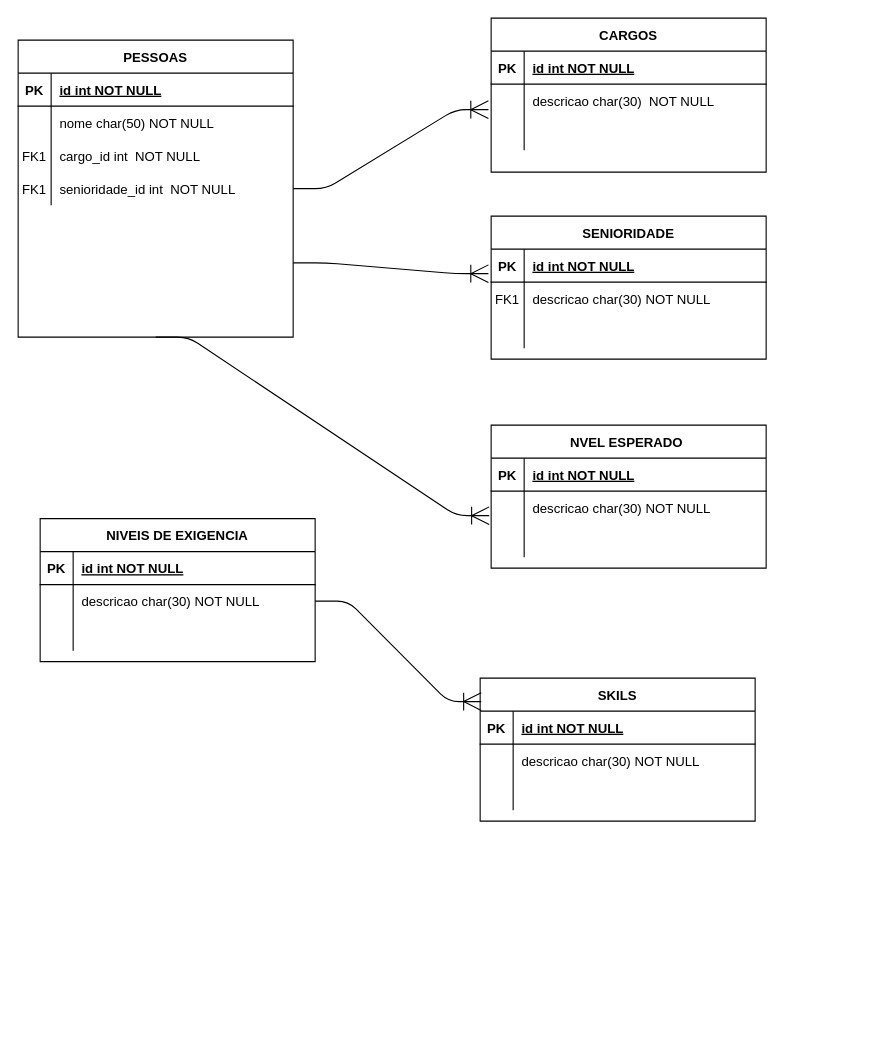
This is Diagrama sem título.drawio from nat-1501/projeto-site, a draw.io file, before an edit. Source tidied: cells renumbered, new cells numbered last; positions are measured from the earlier drawing's top-left corner, leaving out a move shared by most shapes. Both pictures are drawn from the tidied source at 110%, with x=0, y=0 at pixel (18, 18).
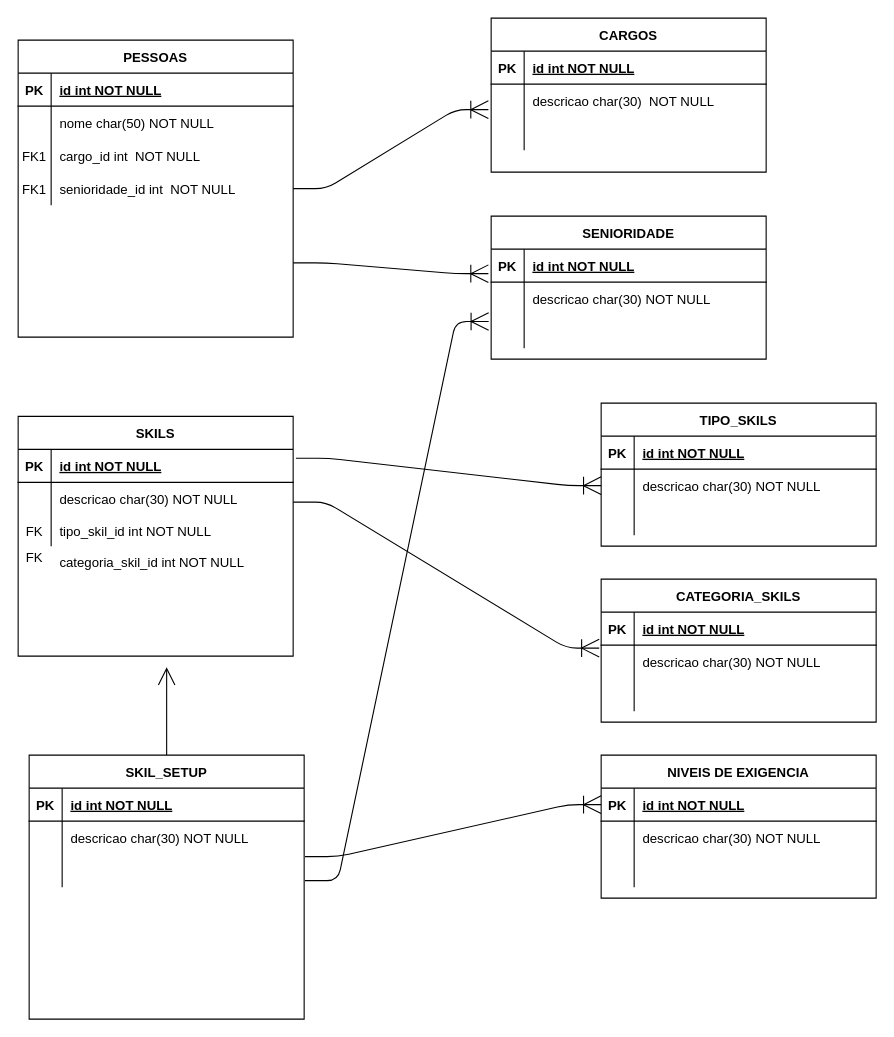
The same diagram, later.

Unchanged cells that the change refers to:
```xml
<mxCell id="16" style="shape=partialRectangle;fillColor=none;top=0;left=0;right=0;bottom=0;" parent="12" vertex="1">
  <mxGeometry y="60" width="250" height="30" as="geometry" />
</mxCell>
<mxCell id="19" style="shape=partialRectangle;fillColor=none;points=[[0,0.5],[1,0.5]];portConstraint=eastwest;top=0;left=0;right=0;bottom=0;" parent="12" vertex="1">
  <mxGeometry y="90" width="250" height="30" as="geometry" />
</mxCell>
<mxCell id="22" value="PESSOAS" style="shape=table;startSize=30;childLayout=tableLayout;rowLines=0;fontStyle=1;align=center;" parent="1" vertex="1">
  <mxGeometry y="20" width="250" height="270" as="geometry" />
</mxCell>
<mxCell id="39" style="shape=partialRectangle;fillColor=none;points=[[0,0.5],[1,0.5]];portConstraint=eastwest;top=0;left=0;right=0;bottom=0;" parent="35" vertex="1">
  <mxGeometry y="60" width="250" height="30" as="geometry" />
</mxCell>
<mxCell id="46" style="shape=partialRectangle;fillColor=none;points=[[0,0.5],[1,0.5]];portConstraint=eastwest;top=0;left=0;right=0;bottom=1;" parent="45" vertex="1">
  <mxGeometry y="30" width="250" height="30" as="geometry" />
</mxCell>
<mxCell id="49" style="shape=partialRectangle;fillColor=none;points=[[0,0.5],[1,0.5]];portConstraint=eastwest;top=0;left=0;right=0;bottom=0;" parent="45" vertex="1">
  <mxGeometry y="60" width="250" height="30" as="geometry" />
</mxCell>
```

Change to the diagram source:
```diff
@@
-    <mxCell id="17" value="FK1" style="shape=partialRectangle;overflow=hidden;fillColor=none;top=0;left=0;bottom=0;right=0;" parent="16" vertex="1">
+    <mxCell id="17" style="shape=partialRectangle;overflow=hidden;fillColor=none;top=0;left=0;bottom=0;right=0;" parent="16" vertex="1">
       <mxGeometry width="30" height="30" as="geometry" />
     </mxCell>
@@
-    <mxCell id="35" value="SKILS" style="shape=table;startSize=30;childLayout=tableLayout;rowLines=0;fontStyle=1;align=center;" parent="1" vertex="1">
-      <mxGeometry x="420" y="600" width="250" height="130" as="geometry" />
+    <mxCell id="35" value="TIPO_SKILS" style="shape=table;startSize=30;childLayout=tableLayout;rowLines=0;fontStyle=1;align=center;" parent="1" vertex="1">
+      <mxGeometry x="530" y="350" width="250" height="130" as="geometry" />
     </mxCell>
@@
     <mxCell id="45" value="NIVEIS DE EXIGENCIA" style="shape=table;startSize=30;childLayout=tableLayout;rowLines=0;fontStyle=1;align=center;" parent="1" vertex="1">
-      <mxGeometry x="20" y="455" width="250" height="130" as="geometry" />
+      <mxGeometry x="530" y="670" width="250" height="130" as="geometry" />
     </mxCell>
@@
-    <mxCell id="55" value="NVEL ESPERADO " style="shape=table;startSize=30;childLayout=tableLayout;rowLines=0;fontStyle=1;align=center;" parent="1" vertex="1">
-      <mxGeometry x="430" y="370" width="250" height="130" as="geometry" />
-    </mxCell>
-    <mxCell id="56" style="shape=partialRectangle;fillColor=none;top=0;left=0;right=0;bottom=1;" parent="55" vertex="1">
-      <mxGeometry y="30" width="250" height="30" as="geometry" />
-    </mxCell>
-    <mxCell id="57" value="PK" style="shape=partialRectangle;overflow=hidden;fillColor=none;top=0;left=0;bottom=0;right=0;fontStyle=1;" parent="56" vertex="1">
-      <mxGeometry width="30" height="30" as="geometry" />
-    </mxCell>
-    <mxCell id="58" value="id int NOT NULL " style="shape=partialRectangle;overflow=hidden;fillColor=none;top=0;left=0;bottom=0;right=0;align=left;spacingLeft=6;fontStyle=5;" parent="56" vertex="1">
-      <mxGeometry x="30" width="220" height="30" as="geometry" />
-    </mxCell>
-    <mxCell id="59" style="shape=partialRectangle;fillColor=none;points=[[0,0.5],[1,0.5]];portConstraint=eastwest;top=0;left=0;right=0;bottom=0;" parent="55" vertex="1">
-      <mxGeometry y="60" width="250" height="30" as="geometry" />
-    </mxCell>
-    <mxCell id="60" style="shape=partialRectangle;overflow=hidden;fillColor=none;top=0;left=0;bottom=0;right=0;" parent="59" vertex="1">
-      <mxGeometry width="30" height="30" as="geometry" />
-    </mxCell>
-    <mxCell id="61" value="descricao char(30) NOT NULL" style="shape=partialRectangle;overflow=hidden;fillColor=none;top=0;left=0;bottom=0;right=0;align=left;spacingLeft=6;" parent="59" vertex="1">
-      <mxGeometry x="30" width="220" height="30" as="geometry" />
-    </mxCell>
-    <mxCell id="62" style="shape=partialRectangle;fillColor=none;top=0;left=0;right=0;bottom=0;" parent="55" vertex="1">
-      <mxGeometry y="90" width="250" height="30" as="geometry" />
-    </mxCell>
-    <mxCell id="63" style="shape=partialRectangle;overflow=hidden;fillColor=none;top=0;left=0;bottom=0;right=0;" parent="62" vertex="1">
-      <mxGeometry width="30" height="30" as="geometry" />
-    </mxCell>
-    <mxCell id="64" style="shape=partialRectangle;overflow=hidden;fillColor=none;top=0;left=0;bottom=0;right=0;align=left;spacingLeft=6;" parent="62" vertex="1">
-      <mxGeometry x="30" width="220" height="30" as="geometry" />
-    </mxCell>
@@
-    <mxCell id="67" style="edgeStyle=entityRelationEdgeStyle;fontSize=12;html=1;endArrow=ERoneToMany;startSize=14;endSize=14;sourcePerimeterSpacing=8;targetPerimeterSpacing=8;exitX=0.5;exitY=1;exitDx=0;exitDy=0;entryX=-0.007;entryY=0.743;entryDx=0;entryDy=0;entryPerimeter=0;" parent="1" edge="1" source="22" target="59">
-      <mxGeometry relative="1" as="geometry" />
-    </mxCell>
-    <mxCell id="68" style="edgeStyle=entityRelationEdgeStyle;fontSize=12;html=1;endArrow=ERoneToMany;startSize=14;endSize=14;sourcePerimeterSpacing=8;targetPerimeterSpacing=8;exitX=1;exitY=0.5;exitDx=0;exitDy=0;entryX=0.004;entryY=0.164;entryDx=0;entryDy=0;entryPerimeter=0;" parent="1" edge="1" source="49" target="35">
-      <mxGeometry relative="1" as="geometry" />
-    </mxCell>
+    <mxCell id="69" value="SKILS" style="shape=table;startSize=30;childLayout=tableLayout;rowLines=0;fontStyle=1;align=center;" parent="1" vertex="1">
+      <mxGeometry y="362" width="250" height="218" as="geometry" />
+    </mxCell>
+    <mxCell id="70" style="shape=partialRectangle;fillColor=none;top=0;left=0;right=0;bottom=1;" parent="69" vertex="1">
+      <mxGeometry y="30" width="250" height="30" as="geometry" />
+    </mxCell>
+    <mxCell id="71" value="PK" style="shape=partialRectangle;overflow=hidden;fillColor=none;top=0;left=0;bottom=0;right=0;fontStyle=1;" parent="70" vertex="1">
+      <mxGeometry width="30" height="30" as="geometry" />
+    </mxCell>
+    <mxCell id="72" value="id int NOT NULL " style="shape=partialRectangle;overflow=hidden;fillColor=none;top=0;left=0;bottom=0;right=0;align=left;spacingLeft=6;fontStyle=5;" parent="70" vertex="1">
+      <mxGeometry x="30" width="220" height="30" as="geometry" />
+    </mxCell>
+    <mxCell id="73" style="shape=partialRectangle;fillColor=none;top=0;left=0;right=0;bottom=0;" parent="69" vertex="1">
+      <mxGeometry y="60" width="250" height="30" as="geometry" />
+    </mxCell>
+    <mxCell id="74" style="shape=partialRectangle;overflow=hidden;fillColor=none;top=0;left=0;bottom=0;right=0;" parent="73" vertex="1">
+      <mxGeometry width="30" height="30" as="geometry" />
+    </mxCell>
+    <mxCell id="75" value="descricao char(30) NOT NULL" style="shape=partialRectangle;overflow=hidden;fillColor=none;top=0;left=0;bottom=0;right=0;align=left;spacingLeft=6;" parent="73" vertex="1">
+      <mxGeometry x="30" width="220" height="30" as="geometry" />
+    </mxCell>
+    <mxCell id="76" style="shape=partialRectangle;fillColor=none;top=0;left=0;right=0;bottom=0;" parent="69" vertex="1">
+      <mxGeometry y="90" width="250" height="28" as="geometry" />
+    </mxCell>
+    <mxCell id="77" value="FK" style="shape=partialRectangle;overflow=hidden;fillColor=none;top=0;left=0;bottom=0;right=0;" parent="76" vertex="1">
+      <mxGeometry width="30" height="28" as="geometry" />
+    </mxCell>
+    <mxCell id="78" value="tipo_skil_id int NOT NULL" style="shape=partialRectangle;overflow=hidden;fillColor=none;top=0;left=0;bottom=0;right=0;align=left;spacingLeft=6;" parent="76" vertex="1">
+      <mxGeometry x="30" width="220" height="28" as="geometry" />
+    </mxCell>
+    <mxCell id="79" value="CATEGORIA_SKILS" style="shape=table;startSize=30;childLayout=tableLayout;rowLines=0;fontStyle=1;align=center;" parent="1" vertex="1">
+      <mxGeometry x="530" y="510" width="250" height="130" as="geometry" />
+    </mxCell>
+    <mxCell id="80" style="shape=partialRectangle;fillColor=none;top=0;left=0;right=0;bottom=1;" parent="79" vertex="1">
+      <mxGeometry y="30" width="250" height="30" as="geometry" />
+    </mxCell>
+    <mxCell id="81" value="PK" style="shape=partialRectangle;overflow=hidden;fillColor=none;top=0;left=0;bottom=0;right=0;fontStyle=1;" parent="80" vertex="1">
+      <mxGeometry width="30" height="30" as="geometry" />
+    </mxCell>
+    <mxCell id="82" value="id int NOT NULL " style="shape=partialRectangle;overflow=hidden;fillColor=none;top=0;left=0;bottom=0;right=0;align=left;spacingLeft=6;fontStyle=5;" parent="80" vertex="1">
+      <mxGeometry x="30" width="220" height="30" as="geometry" />
+    </mxCell>
+    <mxCell id="83" style="shape=partialRectangle;fillColor=none;points=[[0,0.5],[1,0.5]];portConstraint=eastwest;top=0;left=0;right=0;bottom=0;" parent="79" vertex="1">
+      <mxGeometry y="60" width="250" height="30" as="geometry" />
+    </mxCell>
+    <mxCell id="84" style="shape=partialRectangle;overflow=hidden;fillColor=none;top=0;left=0;bottom=0;right=0;" parent="83" vertex="1">
+      <mxGeometry width="30" height="30" as="geometry" />
+    </mxCell>
+    <mxCell id="85" value="descricao char(30) NOT NULL" style="shape=partialRectangle;overflow=hidden;fillColor=none;top=0;left=0;bottom=0;right=0;align=left;spacingLeft=6;" parent="83" vertex="1">
+      <mxGeometry x="30" width="220" height="30" as="geometry" />
+    </mxCell>
+    <mxCell id="86" style="shape=partialRectangle;fillColor=none;top=0;left=0;right=0;bottom=0;" parent="79" vertex="1">
+      <mxGeometry y="90" width="250" height="30" as="geometry" />
+    </mxCell>
+    <mxCell id="87" style="shape=partialRectangle;overflow=hidden;fillColor=none;top=0;left=0;bottom=0;right=0;" parent="86" vertex="1">
+      <mxGeometry width="30" height="30" as="geometry" />
+    </mxCell>
+    <mxCell id="88" style="shape=partialRectangle;overflow=hidden;fillColor=none;top=0;left=0;bottom=0;right=0;align=left;spacingLeft=6;" parent="86" vertex="1">
+      <mxGeometry x="30" width="220" height="30" as="geometry" />
+    </mxCell>
+    <mxCell id="89" style="edgeStyle=entityRelationEdgeStyle;fontSize=12;html=1;endArrow=ERoneToMany;startSize=14;endSize=14;sourcePerimeterSpacing=8;targetPerimeterSpacing=8;entryX=0;entryY=0.5;entryDx=0;entryDy=0;exitX=1;exitY=0.75;exitDx=0;exitDy=0;" parent="1" edge="1" target="39">
+      <mxGeometry relative="1" as="geometry">
+        <mxPoint x="252.5" y="400.1" as="sourcePoint" />
+      </mxGeometry>
+    </mxCell>
+    <mxCell id="90" style="edgeStyle=entityRelationEdgeStyle;fontSize=12;html=1;endArrow=ERoneToMany;startSize=14;endSize=14;sourcePerimeterSpacing=8;targetPerimeterSpacing=8;entryX=-0.007;entryY=0.09;entryDx=0;entryDy=0;entryPerimeter=0;exitX=1;exitY=0.75;exitDx=0;exitDy=0;" parent="1" edge="1" target="83">
+      <mxGeometry relative="1" as="geometry">
+        <mxPoint x="250" y="440" as="sourcePoint" />
+      </mxGeometry>
+    </mxCell>
+    <mxCell id="91" value="FK" style="shape=partialRectangle;overflow=hidden;fillColor=none;top=0;left=0;bottom=0;right=0;" parent="1" vertex="1">
+      <mxGeometry y="480" width="30" height="20" as="geometry" />
+    </mxCell>
+    <mxCell id="92" value="categoria_skil_id int NOT NULL" style="shape=partialRectangle;overflow=hidden;fillColor=none;top=0;left=0;bottom=0;right=0;align=left;spacingLeft=6;" parent="1" vertex="1">
+      <mxGeometry x="30" y="480" width="220" height="28" as="geometry" />
+    </mxCell>
+    <mxCell id="93" style="edgeStyle=none;curved=1;rounded=0;jettySize=auto;html=1;exitX=0.5;exitY=0;exitDx=0;exitDy=0;endArrow=open;startSize=14;endSize=14;sourcePerimeterSpacing=8;targetPerimeterSpacing=8;" parent="1" edge="1" source="94">
+      <mxGeometry relative="1" as="geometry">
+        <mxPoint x="135" y="590" as="targetPoint" />
+      </mxGeometry>
+    </mxCell>
+    <mxCell id="94" value="SKIL_SETUP" style="shape=table;startSize=30;childLayout=tableLayout;rowLines=0;fontStyle=1;align=center;" parent="1" vertex="1">
+      <mxGeometry x="10" y="670" width="250" height="240" as="geometry" />
+    </mxCell>
+    <mxCell id="95" style="shape=partialRectangle;fillColor=none;top=0;left=0;right=0;bottom=1;" parent="94" vertex="1">
+      <mxGeometry y="30" width="250" height="30" as="geometry" />
+    </mxCell>
+    <mxCell id="96" value="PK" style="shape=partialRectangle;overflow=hidden;fillColor=none;top=0;left=0;bottom=0;right=0;fontStyle=1;" parent="95" vertex="1">
+      <mxGeometry width="30" height="30" as="geometry" />
+    </mxCell>
+    <mxCell id="97" value="id int NOT NULL " style="shape=partialRectangle;overflow=hidden;fillColor=none;top=0;left=0;bottom=0;right=0;align=left;spacingLeft=6;fontStyle=5;" parent="95" vertex="1">
+      <mxGeometry x="30" width="220" height="30" as="geometry" />
+    </mxCell>
+    <mxCell id="98" style="shape=partialRectangle;fillColor=none;points=[[0,0.5],[1,0.5]];portConstraint=eastwest;top=0;left=0;right=0;bottom=0;" parent="94" vertex="1">
+      <mxGeometry y="60" width="250" height="30" as="geometry" />
+    </mxCell>
+    <mxCell id="99" style="shape=partialRectangle;overflow=hidden;fillColor=none;top=0;left=0;bottom=0;right=0;" parent="98" vertex="1">
+      <mxGeometry width="30" height="30" as="geometry" />
+    </mxCell>
+    <mxCell id="100" value="descricao char(30) NOT NULL" style="shape=partialRectangle;overflow=hidden;fillColor=none;top=0;left=0;bottom=0;right=0;align=left;spacingLeft=6;" parent="98" vertex="1">
+      <mxGeometry x="30" width="220" height="30" as="geometry" />
+    </mxCell>
+    <mxCell id="101" style="shape=partialRectangle;fillColor=none;points=[[0,0.5],[1,0.5]];portConstraint=eastwest;top=0;left=0;right=0;bottom=0;" parent="94" vertex="1">
+      <mxGeometry y="90" width="250" height="30" as="geometry" />
+    </mxCell>
+    <mxCell id="102" style="shape=partialRectangle;overflow=hidden;fillColor=none;top=0;left=0;bottom=0;right=0;" parent="101" vertex="1">
+      <mxGeometry width="30" height="30" as="geometry" />
+    </mxCell>
+    <mxCell id="103" style="shape=partialRectangle;overflow=hidden;fillColor=none;top=0;left=0;bottom=0;right=0;align=left;spacingLeft=6;" parent="101" vertex="1">
+      <mxGeometry x="30" width="220" height="30" as="geometry" />
+    </mxCell>
+    <mxCell id="104" style="edgeStyle=entityRelationEdgeStyle;fontSize=12;html=1;endArrow=ERoneToMany;startSize=14;endSize=14;sourcePerimeterSpacing=8;targetPerimeterSpacing=8;exitX=1.003;exitY=1.076;exitDx=0;exitDy=0;exitPerimeter=0;entryX=0;entryY=0.5;entryDx=0;entryDy=0;" parent="1" edge="1" source="98" target="46">
+      <mxGeometry relative="1" as="geometry" />
+    </mxCell>
+    <mxCell id="105" style="edgeStyle=entityRelationEdgeStyle;fontSize=12;html=1;endArrow=ERoneToMany;startSize=14;endSize=14;sourcePerimeterSpacing=8;targetPerimeterSpacing=8;exitX=1.003;exitY=0.803;exitDx=0;exitDy=0;exitPerimeter=0;entryX=-0.009;entryY=0.191;entryDx=0;entryDy=0;entryPerimeter=0;" parent="1" edge="1" source="101" target="19">
+      <mxGeometry relative="1" as="geometry" />
+    </mxCell>
```
